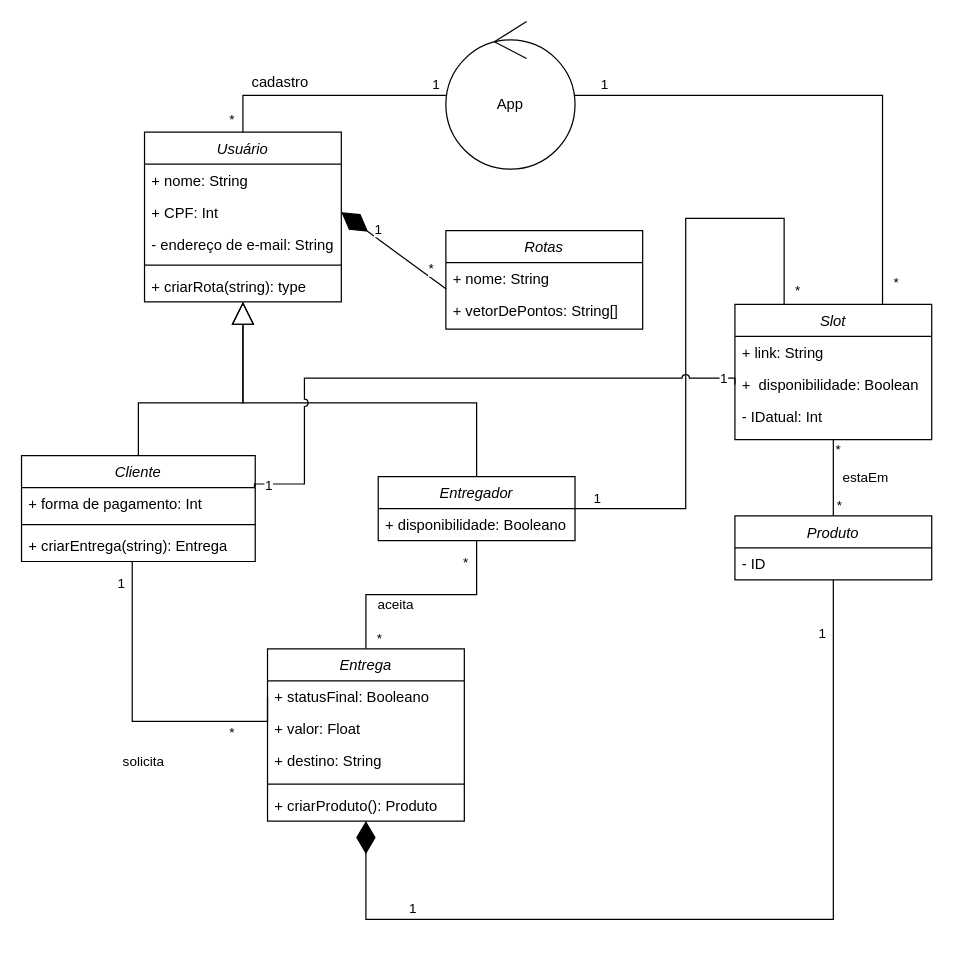
Above: Diagrama Conceitual - Projeto.drawio in bruniculos08/SOFT003 (draw.io), before the change. Source tidied: cells renumbered, new cells numbered last; positions are measured from the earlier drawing's top-left corner, leaving out a move shared by most shapes. Both pictures are drawn from the tidied source at 123%, with x=0, y=0 at pixel (21, 21).
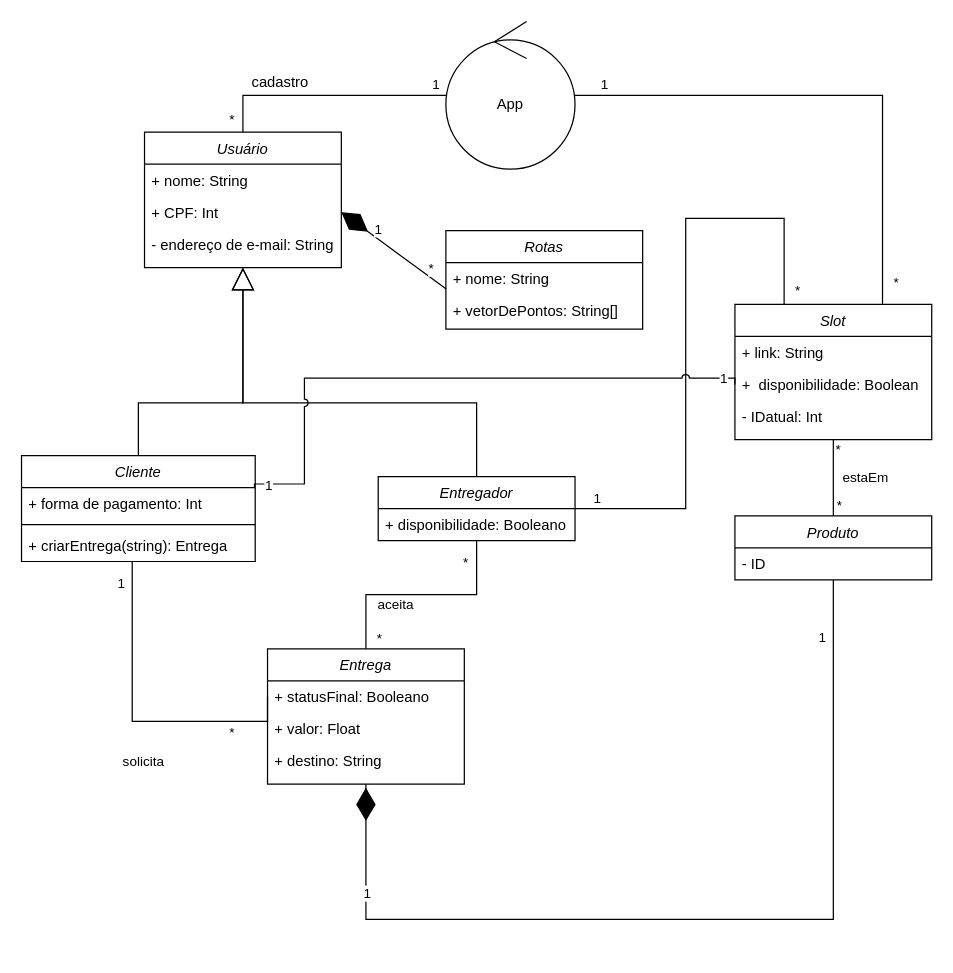
The same diagram, later.

Unchanged cells that the change refers to:
```xml
<mxCell id="25" value="- ID" style="text;align=left;verticalAlign=top;spacingLeft=4;spacingRight=4;overflow=hidden;points=[[0,0.5],[1,0.5]];portConstraint=eastwest;" parent="24" vertex="1">
  <mxGeometry y="26" width="160" height="26" as="geometry" />
</mxCell>
```

Change to the diagram source:
```diff
@@
     <mxCell id="2" value="Usuário" style="swimlane;fontStyle=2;align=center;verticalAlign=top;horizontal=1;startSize=26;rounded=0;shadow=0;strokeWidth=1;" parent="1" vertex="1">
-      <mxGeometry x="100" y="90" width="160" height="138" as="geometry" />
+      <mxGeometry x="100" y="90" width="160" height="110" as="geometry" />
     </mxCell>
@@
-    <mxCell id="6" style="line;strokeWidth=1;fillColor=none;align=left;verticalAlign=middle;spacingTop=-1;spacingLeft=3;spacingRight=3;labelPosition=right;" parent="2" vertex="1">
-      <mxGeometry y="104" width="160" height="8" as="geometry" />
-    </mxCell>
-    <mxCell id="7" value="+ criarRota(string): type" style="text;strokeColor=none;fillColor=none;align=left;verticalAlign=top;spacingLeft=4;spacingRight=4;overflow=hidden;" parent="2" vertex="1">
-      <mxGeometry y="112" width="160" height="26" as="geometry" />
-    </mxCell>
@@
     <mxCell id="41" value="Entrega" style="swimlane;fontStyle=2;align=center;verticalAlign=top;horizontal=1;startSize=26;rounded=0;shadow=0;strokeWidth=1;" parent="1" vertex="1">
-      <mxGeometry x="200" y="510" width="160" height="140" as="geometry" />
+      <mxGeometry x="200" y="510" width="160" height="110" as="geometry" />
     </mxCell>
@@
-    <mxCell id="45" style="line;strokeWidth=1;fillColor=none;align=left;verticalAlign=middle;spacingTop=-1;spacingLeft=3;spacingRight=3;labelPosition=right;" parent="41" vertex="1">
-      <mxGeometry y="106" width="160" height="8" as="geometry" />
-    </mxCell>
-    <mxCell id="46" value="+ criarProduto(): Produto" style="text;strokeColor=none;fillColor=none;align=left;verticalAlign=top;spacingLeft=4;spacingRight=4;overflow=hidden;points=[[0,0.5],[1,0.5]];portConstraint=eastwest;" parent="41" vertex="1">
-      <mxGeometry y="114" width="160" height="26" as="geometry" />
-    </mxCell>
@@
-    <mxCell id="57" style="endArrow=diamondThin;endFill=1;endSize=24;html=1;rounded=0;" parent="1" edge="1" source="25" target="46">
+    <mxCell id="57" style="endArrow=diamondThin;endFill=1;endSize=24;html=1;rounded=0;" parent="1" edge="1" source="25">
       <mxGeometry relative="1" as="geometry">
+        <mxPoint x="280" y="650" as="targetPoint" />
         <Array as="points">
           <mxPoint x="660" y="730" />
           <mxPoint x="280" y="730" />
           <mxPoint x="280" y="650" />
+          <mxPoint x="280" y="620" />
         </Array>
       </mxGeometry>
     </mxCell>
```
